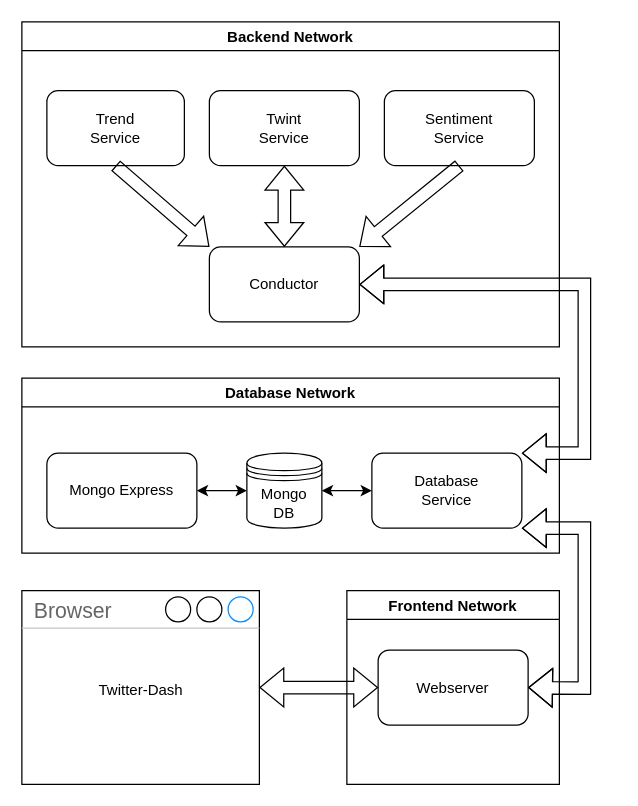
The draw.io diagram sys-doc/Technical Report/Architecture.drawio in cyberlytics/TwitterDash, before the edit. Source tidied: cells renumbered, new cells numbered last; positions are measured from the earlier drawing's top-left corner, leaving out a move shared by most shapes. Both pictures are drawn from the tidied source at 125%, with x=0, y=0 at pixel (21, 21).
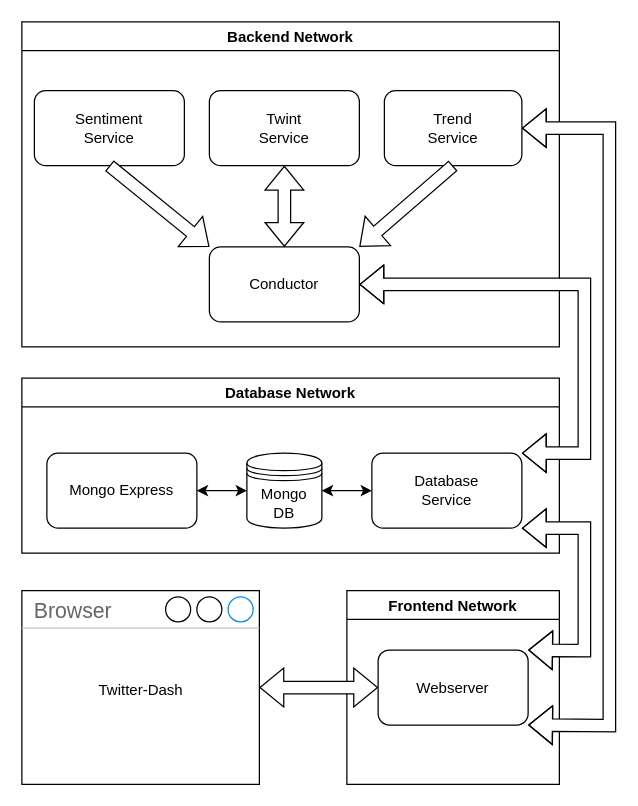
After the change.

Unchanged cells that the change refers to:
```xml
<mxCell id="2" value="Backend Network" style="swimlane;" parent="1" vertex="1">
  <mxGeometry width="430" height="260" as="geometry" />
</mxCell>
<mxCell id="6" value="Conductor" style="rounded=1;whiteSpace=wrap;html=1;" parent="2" vertex="1">
  <mxGeometry x="150" y="180" width="120" height="60" as="geometry" />
</mxCell>
<mxCell id="11" value="&lt;div&gt;Database&lt;/div&gt;&lt;div&gt;Service&lt;br&gt;&lt;/div&gt;" style="rounded=1;whiteSpace=wrap;html=1;" parent="10" vertex="1">
  <mxGeometry x="280" y="60" width="120" height="60" as="geometry" />
</mxCell>
<mxCell id="17" value="Webserver" style="rounded=1;whiteSpace=wrap;html=1;" parent="16" vertex="1">
  <mxGeometry x="25" y="47.5" width="120" height="60" as="geometry" />
</mxCell>
<mxCell id="20" value="Browser" style="strokeWidth=1;shadow=0;dashed=0;align=center;html=1;shape=mxgraph.mockup.containers.window;align=left;verticalAlign=top;spacingLeft=8;strokeColor2=#008cff;strokeColor3=#c4c4c4;fontColor=#666666;mainText=;fontSize=17;labelBackgroundColor=none;" parent="1" vertex="1">
  <mxGeometry y="455" width="190" height="155" as="geometry" />
</mxCell>
```

The edit, as a diff of the source:
```diff
@@
     <mxCell id="3" value="&lt;div&gt;Trend&lt;/div&gt;&lt;div&gt;Service&lt;br&gt;&lt;/div&gt;" style="rounded=1;whiteSpace=wrap;html=1;" parent="2" vertex="1">
-      <mxGeometry x="20" y="55" width="110" height="60" as="geometry" />
+      <mxGeometry x="290" y="55" width="110" height="60" as="geometry" />
     </mxCell>
@@
     <mxCell id="5" value="&lt;div&gt;Sentiment&lt;/div&gt;&lt;div&gt;Service&lt;br&gt;&lt;/div&gt;" style="rounded=1;whiteSpace=wrap;html=1;" parent="2" vertex="1">
-      <mxGeometry x="290" y="55" width="120" height="60" as="geometry" />
+      <mxGeometry x="10" y="55" width="120" height="60" as="geometry" />
     </mxCell>
@@
-    <mxCell id="7" style="shape=flexArrow;endArrow=classic;html=1;rounded=0;exitX=0.5;exitY=1;exitDx=0;exitDy=0;entryX=0;entryY=0;entryDx=0;entryDy=0;" parent="2" edge="1" source="3" target="6">
+    <mxCell id="7" style="shape=flexArrow;endArrow=classic;html=1;rounded=0;exitX=0.5;exitY=1;exitDx=0;exitDy=0;entryX=1;entryY=0;entryDx=0;entryDy=0;fillColor=default;" parent="2" edge="1" source="3" target="6">
       <mxGeometry relative="1" as="geometry" />
     </mxCell>
@@
-    <mxCell id="9" style="shape=flexArrow;endArrow=classic;html=1;rounded=0;exitX=0.5;exitY=1;exitDx=0;exitDy=0;entryX=1;entryY=0;entryDx=0;entryDy=0;" parent="2" edge="1" source="5" target="6">
+    <mxCell id="9" style="shape=flexArrow;endArrow=classic;html=1;rounded=0;exitX=0.5;exitY=1;exitDx=0;exitDy=0;entryX=0;entryY=0;entryDx=0;entryDy=0;fillColor=default;" parent="2" edge="1" source="5" target="6">
       <mxGeometry relative="1" as="geometry" />
     </mxCell>
@@
-    <mxCell id="18" style="shape=flexArrow;endArrow=classic;startArrow=classic;html=1;rounded=0;entryX=1;entryY=0.5;entryDx=0;entryDy=0;exitX=1;exitY=0;exitDx=0;exitDy=0;" parent="1" edge="1" source="11" target="6">
+    <mxCell id="18" style="shape=flexArrow;endArrow=classic;startArrow=classic;html=1;rounded=0;entryX=1;entryY=0.5;entryDx=0;entryDy=0;exitX=1;exitY=0;exitDx=0;exitDy=0;fillColor=default;" parent="1" edge="1" source="11" target="6">
       <mxGeometry relative="1" as="geometry">
         <Array as="points">
           <mxPoint x="450" y="345" />
           <mxPoint x="450" y="300" />
           <mxPoint x="450" y="210" />
         </Array>
       </mxGeometry>
     </mxCell>
-    <mxCell id="19" style="shape=flexArrow;endArrow=classic;startArrow=classic;html=1;rounded=0;entryX=1;entryY=1;entryDx=0;entryDy=0;exitX=1;exitY=0.5;exitDx=0;exitDy=0;" parent="1" edge="1" source="17" target="11">
+    <mxCell id="19" style="shape=flexArrow;endArrow=classic;startArrow=classic;html=1;rounded=0;entryX=1;entryY=1;entryDx=0;entryDy=0;exitX=1;exitY=0;exitDx=0;exitDy=0;fillColor=default;" parent="1" edge="1" source="17" target="11">
       <mxGeometry relative="1" as="geometry">
         <Array as="points">
-          <mxPoint x="450" y="533" />
+          <mxPoint x="450" y="503" />
           <mxPoint x="450" y="470" />
           <mxPoint x="450" y="405" />
         </Array>
       </mxGeometry>
     </mxCell>
@@
-    <mxCell id="21" style="shape=flexArrow;endArrow=classic;startArrow=classic;html=1;rounded=0;entryX=0;entryY=0.5;entryDx=0;entryDy=0;" parent="1" edge="1" source="20" target="17">
+    <mxCell id="21" style="shape=flexArrow;endArrow=classic;startArrow=classic;html=1;rounded=0;entryX=0;entryY=0.5;entryDx=0;entryDy=0;fillColor=default;" parent="1" edge="1" source="20" target="17">
       <mxGeometry relative="1" as="geometry" />
     </mxCell>
@@
+    <mxCell id="23" style="shape=flexArrow;endArrow=classic;startArrow=classic;html=1;rounded=0;entryX=1;entryY=0.5;entryDx=0;entryDy=0;exitX=1;exitY=1;exitDx=0;exitDy=0;fillColor=default;" parent="1" edge="1" source="17" target="3">
+      <mxGeometry relative="1" as="geometry">
+        <Array as="points">
+          <mxPoint x="470" y="563" />
+          <mxPoint x="470" y="85" />
+        </Array>
+      </mxGeometry>
+    </mxCell>
```
